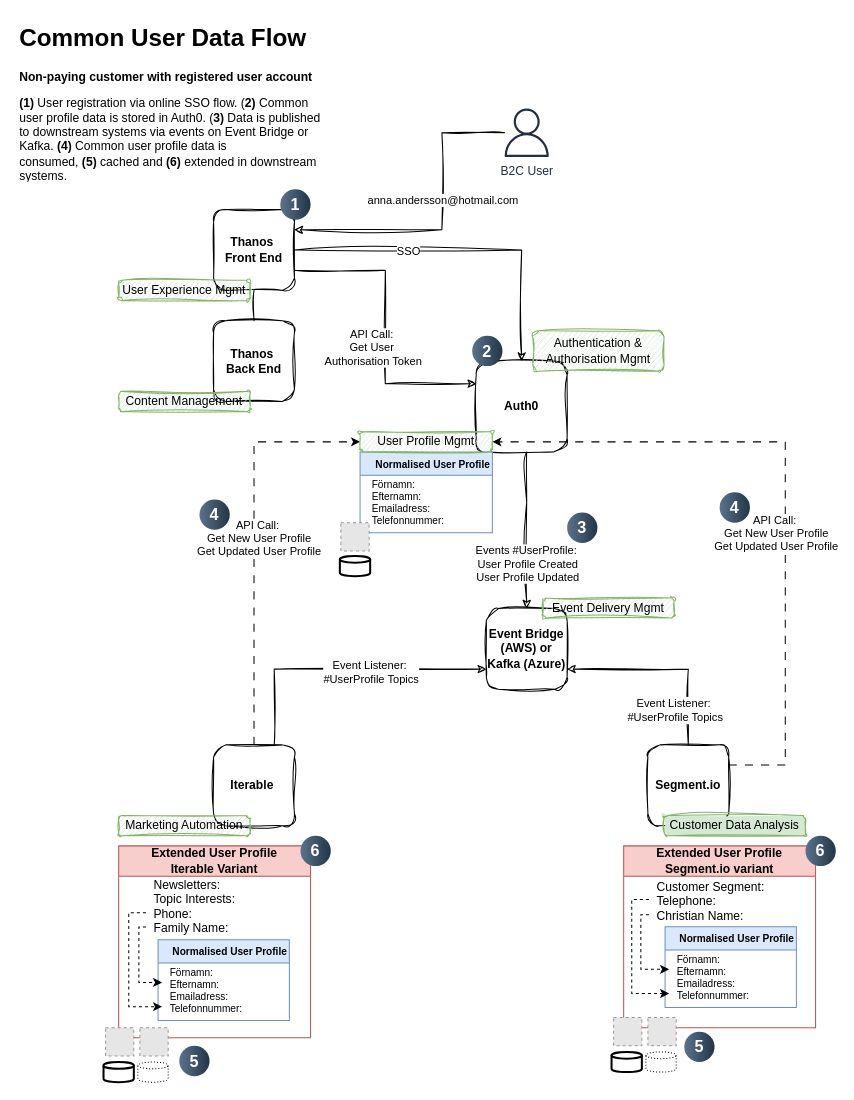
This is page "Non-paying customers" (1 of 2) of Customer user data flow - to-be scenario.drawio from SLM-Development/diagrams, a draw.io file, before an edit. Source tidied: cells renumbered, new cells numbered last; positions are measured from the earlier drawing's top-left corner, leaving out a move shared by most shapes. Both pictures are drawn from the tidied source at 101%, with x=0, y=0 at pixel (17, 17). Pictures stored in the file or linked from it are replaced by grey dashed boxes.
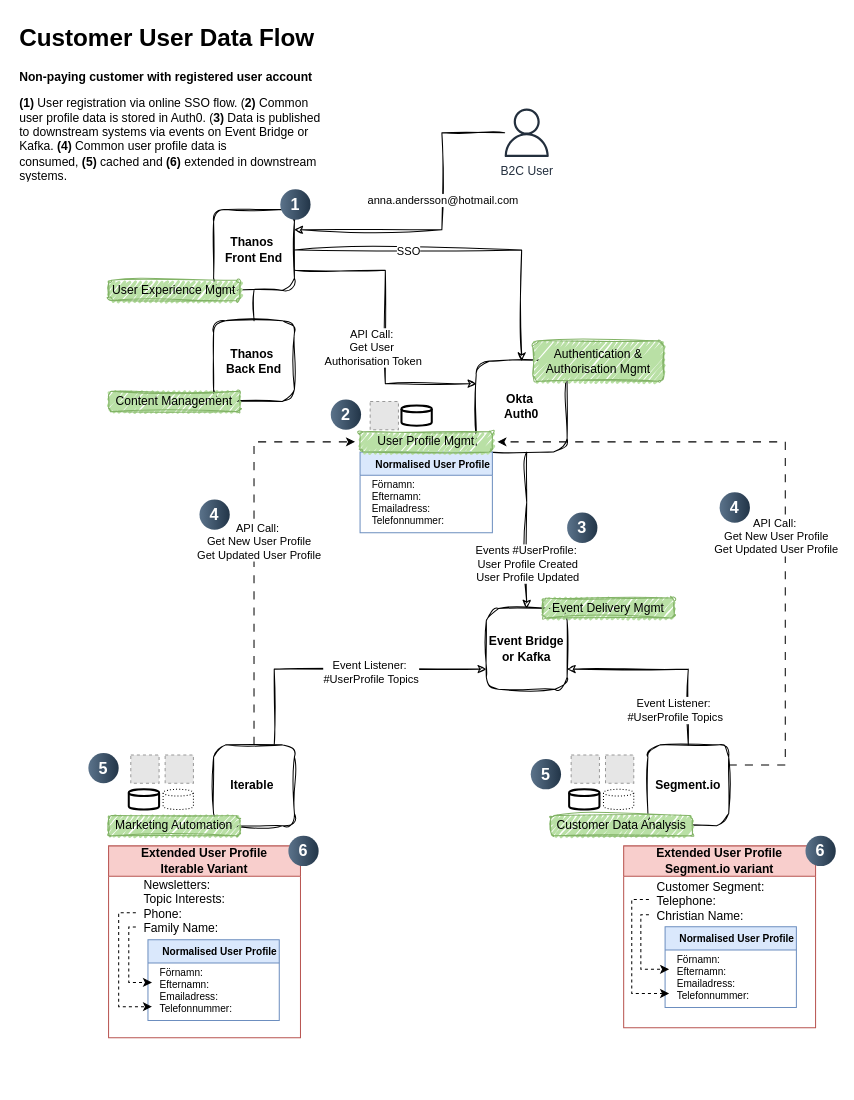
The same diagram, later.

Change to the diagram source:
```diff
@@
-    <mxCell id="7" value="Auth0" style="whiteSpace=wrap;html=1;strokeColor=#000000;fontStyle=1;rounded=1;sketch=1;curveFitting=1;jiggle=2;" parent="1" vertex="1">
+    <mxCell id="7" value="Okta&amp;nbsp;&lt;div&gt;Auth0&lt;/div&gt;" style="whiteSpace=wrap;html=1;strokeColor=#000000;fontStyle=1;rounded=1;sketch=1;curveFitting=1;jiggle=2;fillStyle=hachure;" parent="1" vertex="1">
       <mxGeometry x="454" y="340" width="90" height="90" as="geometry" />
     </mxCell>
@@
-    <mxCell id="14" value="Event Bridge (AWS) or Kafka (Azure)" style="whiteSpace=wrap;html=1;strokeColor=#000000;fontStyle=1;rounded=1;sketch=1;curveFitting=1;jiggle=2;" parent="1" vertex="1">
+    <mxCell id="14" value="Event Bridge or Kafka" style="whiteSpace=wrap;html=1;strokeColor=#000000;fontStyle=1;rounded=1;sketch=1;curveFitting=1;jiggle=2;" parent="1" vertex="1">
       <mxGeometry x="464" y="585" width="80" height="80" as="geometry" />
     </mxCell>
@@
-    <mxCell id="17" value="Marketing Automation" style="rounded=1;whiteSpace=wrap;html=1;fillColor=#d5e8d4;strokeColor=#82b366;sketch=1;curveFitting=1;jiggle=2;" parent="1" vertex="1">
-      <mxGeometry x="100" y="790" width="130" height="20" as="geometry" />
+    <mxCell id="17" value="Marketing Automation" style="rounded=1;whiteSpace=wrap;html=1;fillColor=#B9E0A5;strokeColor=#82b366;sketch=1;curveFitting=1;jiggle=2;glass=0;fillWeight=3;disableMultiStroke=0;disableMultiStrokeFill=0;fillStyle=auto;sketchStyle=rough;align=center;verticalAlign=middle;fontFamily=Helvetica;fontSize=12;fontColor=default;gradientColor=none;gradientDirection=north;" parent="1" vertex="1">
+      <mxGeometry x="90" y="790" width="130" height="20" as="geometry" />
     </mxCell>
-    <mxCell id="18" value="Customer Data Analysis" style="rounded=1;whiteSpace=wrap;html=1;fillColor=#d5e8d4;strokeColor=#82b366;sketch=1;curveFitting=1;jiggle=2;fillStyle=solid;" parent="1" vertex="1">
-      <mxGeometry x="640" y="790" width="140" height="20" as="geometry" />
+    <mxCell id="18" value="Customer Data Analysis" style="rounded=1;whiteSpace=wrap;html=1;fillColor=#B9E0A5;strokeColor=#82b366;sketch=1;curveFitting=1;jiggle=2;fillStyle=auto;glass=0;fillWeight=3;disableMultiStroke=0;disableMultiStrokeFill=0;sketchStyle=rough;align=center;verticalAlign=middle;fontFamily=Helvetica;fontSize=12;fontColor=default;gradientColor=none;gradientDirection=north;" parent="1" vertex="1">
+      <mxGeometry x="528" y="790" width="140" height="20" as="geometry" />
     </mxCell>
-    <mxCell id="19" value="Event Delivery Mgmt" style="rounded=1;whiteSpace=wrap;html=1;fillColor=#d5e8d4;strokeColor=#82b366;sketch=1;curveFitting=1;jiggle=2;" parent="1" vertex="1">
+    <mxCell id="19" value="Event Delivery Mgmt" style="rounded=1;whiteSpace=wrap;html=1;fillColor=#B9E0A5;strokeColor=#82b366;sketch=1;curveFitting=1;jiggle=2;glass=0;fillWeight=3;disableMultiStroke=0;disableMultiStrokeFill=0;fillStyle=auto;sketchStyle=rough;align=center;verticalAlign=middle;fontFamily=Helvetica;fontSize=12;fontColor=default;gradientColor=none;gradientDirection=north;" parent="1" vertex="1">
       <mxGeometry x="520" y="574.5" width="130" height="20" as="geometry" />
     </mxCell>
-    <mxCell id="20" value="User Experience Mgmt" style="rounded=1;whiteSpace=wrap;html=1;fillColor=#d5e8d4;strokeColor=#82b366;sketch=1;curveFitting=1;jiggle=2;" parent="1" vertex="1">
-      <mxGeometry x="100" y="260" width="130" height="20" as="geometry" />
+    <mxCell id="20" value="User Experience Mgmt" style="rounded=1;whiteSpace=wrap;html=1;fillColor=#B9E0A5;strokeColor=#82b366;sketch=1;curveFitting=1;jiggle=2;glass=0;fillWeight=3;disableMultiStroke=0;disableMultiStrokeFill=0;fillStyle=auto;sketchStyle=rough;align=center;verticalAlign=middle;fontFamily=Helvetica;fontSize=12;fontColor=default;gradientColor=none;gradientDirection=north;" parent="1" vertex="1">
+      <mxGeometry x="90" y="260" width="130" height="20" as="geometry" />
     </mxCell>
@@
-    <mxCell id="24" value="Content Management" style="rounded=1;whiteSpace=wrap;html=1;fillColor=#d5e8d4;strokeColor=#82b366;sketch=1;curveFitting=1;jiggle=2;" parent="1" vertex="1">
-      <mxGeometry x="100" y="370" width="130" height="20" as="geometry" />
+    <mxCell id="24" value="Content Management" style="rounded=1;whiteSpace=wrap;html=1;fillColor=#B9E0A5;strokeColor=#82b366;sketch=1;curveFitting=1;jiggle=2;glass=0;fillWeight=3;disableMultiStroke=0;disableMultiStrokeFill=0;fillStyle=auto;sketchStyle=rough;align=center;verticalAlign=middle;fontFamily=Helvetica;fontSize=12;fontColor=default;gradientColor=none;gradientDirection=north;" parent="1" vertex="1">
+      <mxGeometry x="90" y="370" width="130" height="20" as="geometry" />
     </mxCell>
@@
     <mxCell id="34" value="Extended User Profile&lt;div style=&quot;font-size: 12px;&quot;&gt;Iterable Variant&lt;/div&gt;" style="swimlane;whiteSpace=wrap;html=1;fillColor=#f8cecc;strokeColor=#b85450;startSize=30;fontSize=12;" parent="1" vertex="1">
-      <mxGeometry x="100" y="820" width="190" height="190" as="geometry" />
+      <mxGeometry x="90" y="820" width="190" height="190" as="geometry" />
     </mxCell>
@@
-    <mxCell id="40" value="User Profile Mgmt" style="rounded=1;whiteSpace=wrap;html=1;fillColor=#d5e8d4;strokeColor=#82b366;sketch=1;curveFitting=1;jiggle=2;" parent="1" vertex="1">
+    <mxCell id="40" value="User Profile Mgmt" style="rounded=1;whiteSpace=wrap;html=1;fillColor=#B9E0A5;strokeColor=#82b366;fillStyle=auto;sketch=1;curveFitting=1;jiggle=2;perimeterSpacing=5;glass=0;fillWeight=3;disableMultiStroke=0;disableMultiStrokeFill=0;sketchStyle=rough;align=center;verticalAlign=middle;fontFamily=Helvetica;fontSize=12;fontColor=default;gradientColor=none;gradientDirection=north;" parent="1" vertex="1">
       <mxGeometry x="339" y="410" width="131" height="20" as="geometry" />
     </mxCell>
@@
     <mxCell id="47" style="fillColor=#E6E6E6;strokeColor=#999999;dashed=1;verticalLabelPosition=bottom;labelBackgroundColor=default;verticalAlign=top;" parent="1" vertex="1">
-      <mxGeometry x="590" y="990" width="28" height="28" as="geometry" />
+      <mxGeometry x="548" y="730" width="28" height="28" as="geometry" />
     </mxCell>
     <mxCell id="48" style="fillColor=#E6E6E6;strokeColor=#999999;dashed=1;verticalLabelPosition=bottom;labelBackgroundColor=default;verticalAlign=top;" parent="1" vertex="1">
-      <mxGeometry x="320" y="500" width="28" height="28" as="geometry" />
+      <mxGeometry x="349" y="380" width="28" height="28" as="geometry" />
     </mxCell>
     <mxCell id="49" style="fillColor=#E6E6E6;strokeColor=#999999;dashed=1;verticalLabelPosition=bottom;labelBackgroundColor=default;verticalAlign=top;" parent="1" vertex="1">
-      <mxGeometry x="87" y="1000" width="28" height="28" as="geometry" />
+      <mxGeometry x="112" y="730" width="28" height="28" as="geometry" />
     </mxCell>
-    <mxCell id="50" value="&lt;h1 style=&quot;margin-top: 0px;&quot;&gt;Common User Data Flow&lt;/h1&gt;&lt;p&gt;&lt;b&gt;Non-paying customer with registered user account&lt;/b&gt;&lt;/p&gt;&lt;p&gt;&lt;b&gt;(1) &lt;/b&gt;User registration via online SSO flow. (&lt;b&gt;2)&lt;/b&gt; Common user profile data is stored in Auth0. (&lt;b&gt;3)&lt;/b&gt; Data is published to downstream systems via events on Event Bridge or Kafka.&amp;nbsp;&lt;b&gt;(4)&lt;/b&gt;&amp;nbsp;Common user profile data is consumed,&amp;nbsp;&lt;b&gt;(5)&amp;nbsp;&lt;/b&gt;cached&amp;nbsp;and&amp;nbsp;&lt;b&gt;(6)&amp;nbsp;&lt;/b&gt;extended in downstream systems.&lt;/p&gt;" style="text;html=1;whiteSpace=wrap;overflow=hidden;rounded=0;" parent="1" vertex="1">
+    <mxCell id="50" value="&lt;h1 style=&quot;margin-top: 0px;&quot;&gt;Customer User Data Flow&lt;/h1&gt;&lt;p&gt;&lt;b&gt;Non-paying customer with registered user account&lt;/b&gt;&lt;/p&gt;&lt;p&gt;&lt;b&gt;(1) &lt;/b&gt;User registration via online SSO flow. (&lt;b&gt;2)&lt;/b&gt; Common user profile data is stored in Auth0. (&lt;b&gt;3)&lt;/b&gt; Data is published to downstream systems via events on Event Bridge or Kafka.&amp;nbsp;&lt;b&gt;(4)&lt;/b&gt;&amp;nbsp;Common user profile data is consumed,&amp;nbsp;&lt;b&gt;(5)&amp;nbsp;&lt;/b&gt;cached&amp;nbsp;and&amp;nbsp;&lt;b&gt;(6)&amp;nbsp;&lt;/b&gt;extended in downstream systems.&lt;/p&gt;" style="text;html=1;whiteSpace=wrap;overflow=hidden;rounded=0;" parent="1" vertex="1">
       <mxGeometry width="310" height="160" as="geometry" />
     </mxCell>
@@
     <mxCell id="52" value="2" style="ellipse;whiteSpace=wrap;html=1;rotation=0;gradientColor=#223548;strokeColor=none;gradientDirection=east;fillColor=#5b738b;rounded=0;fontFamily=Helvetica;fontSize=16;fontColor=#FFFFFF;spacingTop=4;spacingBottom=4;spacingLeft=4;spacingRight=4;fontStyle=1;" parent="1" vertex="1">
-      <mxGeometry x="450" y="315" width="30" height="30" as="geometry" />
+      <mxGeometry x="310" y="378" width="30" height="30" as="geometry" />
     </mxCell>
@@
     <mxCell id="56" value="5" style="ellipse;whiteSpace=wrap;html=1;rotation=0;gradientColor=#223548;strokeColor=none;gradientDirection=east;fillColor=#5b738b;rounded=0;fontFamily=Helvetica;fontSize=16;fontColor=#FFFFFF;spacingTop=4;spacingBottom=4;spacingLeft=4;spacingRight=4;fontStyle=1;" parent="1" vertex="1">
-      <mxGeometry x="160" y="1018" width="30" height="30" as="geometry" />
+      <mxGeometry x="70" y="728" width="30" height="30" as="geometry" />
     </mxCell>
     <mxCell id="57" value="5" style="ellipse;whiteSpace=wrap;html=1;rotation=0;gradientColor=#223548;strokeColor=none;gradientDirection=east;fillColor=#5b738b;rounded=0;fontFamily=Helvetica;fontSize=16;fontColor=#FFFFFF;spacingTop=4;spacingBottom=4;spacingLeft=4;spacingRight=4;fontStyle=1;" parent="1" vertex="1">
-      <mxGeometry x="660" y="1004" width="30" height="30" as="geometry" />
+      <mxGeometry x="508" y="734" width="30" height="30" as="geometry" />
     </mxCell>
     <mxCell id="58" style="fillColor=#E6E6E6;strokeColor=#999999;dashed=1;verticalLabelPosition=bottom;labelBackgroundColor=default;verticalAlign=top;" parent="1" vertex="1">
-      <mxGeometry x="121" y="1000" width="28" height="28" as="geometry" />
+      <mxGeometry x="146" y="730" width="28" height="28" as="geometry" />
     </mxCell>
     <mxCell id="59" style="fillColor=#E6E6E6;strokeColor=#999999;dashed=1;verticalLabelPosition=bottom;labelBackgroundColor=default;verticalAlign=top;" parent="1" vertex="1">
-      <mxGeometry x="624" y="990" width="28" height="28" as="geometry" />
+      <mxGeometry x="582" y="730" width="28" height="28" as="geometry" />
     </mxCell>
     <mxCell id="60" style="strokeWidth=2;html=1;shape=mxgraph.flowchart.database;whiteSpace=wrap;" parent="1" vertex="1">
-      <mxGeometry x="319" y="533" width="30" height="20" as="geometry" />
+      <mxGeometry x="380" y="384" width="30" height="20" as="geometry" />
     </mxCell>
     <mxCell id="61" style="strokeWidth=1;html=1;shape=mxgraph.flowchart.database;whiteSpace=wrap;dashed=1;dashPattern=1 2;" parent="1" vertex="1">
-      <mxGeometry x="119" y="1034" width="30" height="20" as="geometry" />
+      <mxGeometry x="144" y="764" width="30" height="20" as="geometry" />
     </mxCell>
     <mxCell id="62" style="strokeWidth=2;html=1;shape=mxgraph.flowchart.database;whiteSpace=wrap;" parent="1" vertex="1">
-      <mxGeometry x="85" y="1034" width="30" height="20" as="geometry" />
+      <mxGeometry x="110" y="764" width="30" height="20" as="geometry" />
     </mxCell>
     <mxCell id="63" style="strokeWidth=1;html=1;shape=mxgraph.flowchart.database;whiteSpace=wrap;dashed=1;dashPattern=1 2;" parent="1" vertex="1">
-      <mxGeometry x="622" y="1024" width="30" height="20" as="geometry" />
+      <mxGeometry x="580" y="764" width="30" height="20" as="geometry" />
     </mxCell>
     <mxCell id="64" style="strokeWidth=2;html=1;shape=mxgraph.flowchart.database;whiteSpace=wrap;" parent="1" vertex="1">
-      <mxGeometry x="588" y="1024" width="30" height="20" as="geometry" />
+      <mxGeometry x="546" y="764" width="30" height="20" as="geometry" />
     </mxCell>
     <mxCell id="65" value="6" style="ellipse;whiteSpace=wrap;html=1;rotation=0;gradientColor=#223548;strokeColor=none;gradientDirection=east;fillColor=#5b738b;rounded=0;fontFamily=Helvetica;fontSize=16;fontColor=#FFFFFF;spacingTop=4;spacingBottom=4;spacingLeft=4;spacingRight=4;fontStyle=1;" parent="1" vertex="1">
-      <mxGeometry x="280" y="810" width="30" height="30" as="geometry" />
+      <mxGeometry x="268" y="810" width="30" height="30" as="geometry" />
     </mxCell>
@@
-    <mxCell id="67" value="Authentication &amp;amp; Authorisation Mgmt" style="rounded=1;whiteSpace=wrap;html=1;fillColor=#d5e8d4;strokeColor=#82b366;sketch=1;curveFitting=1;jiggle=2;" parent="1" vertex="1">
-      <mxGeometry x="510" y="310" width="130" height="40" as="geometry" />
+    <mxCell id="67" value="Authentication &amp;amp; Authorisation Mgmt" style="rounded=1;whiteSpace=wrap;html=1;fillColor=#B9E0A5;strokeColor=#82b366;sketch=1;curveFitting=1;jiggle=2;fillStyle=auto;sketchStyle=rough;disableMultiStroke=0;disableMultiStrokeFill=0;backgroundOutline=0;imageAspect=1;glass=0;gradientColor=none;gradientDirection=north;fillWeight=3;" parent="1" vertex="1">
+      <mxGeometry x="510" y="320" width="130" height="40" as="geometry" />
     </mxCell>
```
